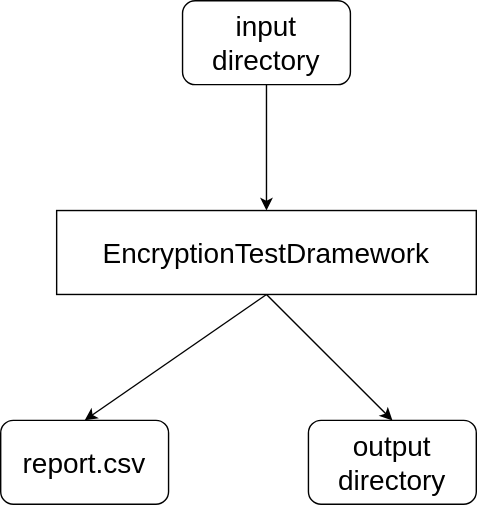
a00326455/EngineeringProject keeps this draw.io diagram as design.svg. Above is the earlier version. Source tidied: cells renumbered, new cells last; positions are measured from the earlier drawing's top-left corner, leaving out a move shared by most shapes.
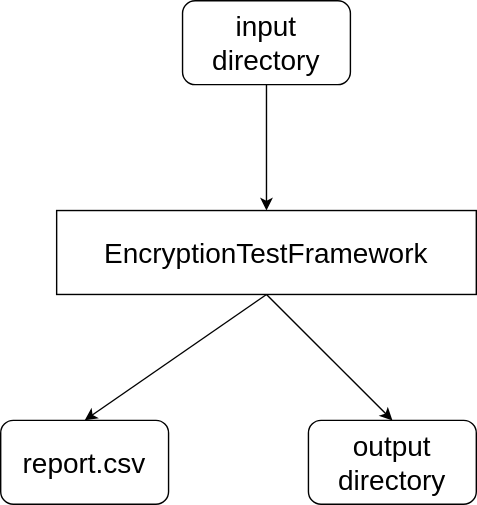
The same file after the commit.

Change to the diagram source:
```diff
@@ -5,7 +5,7 @@
     <mxCell id="2" value="input directory" style="rounded=1;whiteSpace=wrap;html=1;fontSize=20;" parent="1" vertex="1">
       <mxGeometry x="130" width="120" height="60" as="geometry" />
     </mxCell>
-    <mxCell id="3" value="EncryptionTestDramework" style="rounded=0;whiteSpace=wrap;html=1;fontSize=20;" parent="1" vertex="1">
+    <mxCell id="3" value="EncryptionTestFramework" style="rounded=0;whiteSpace=wrap;html=1;fontSize=20;" parent="1" vertex="1">
       <mxGeometry x="40" y="150" width="300" height="60" as="geometry" />
     </mxCell>
     <mxCell id="4" value="output directory" style="rounded=1;whiteSpace=wrap;html=1;fontSize=20;" parent="1" vertex="1">
```
